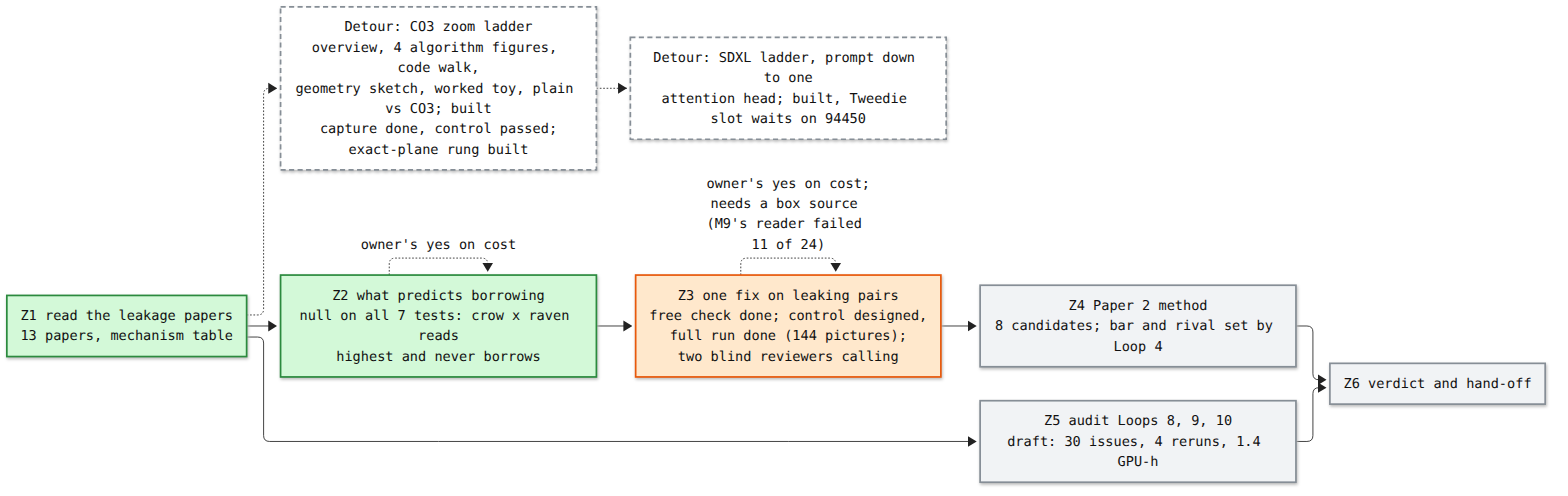
This is artifacts/notes/progress/leakage/loop-12-progress.png from mo-rsa24/concept-composition, a Mermaid export, as it was before one commit. Its source is kept beside it as artifacts/notes/progress/leakage/loop-12-progress.mmd.
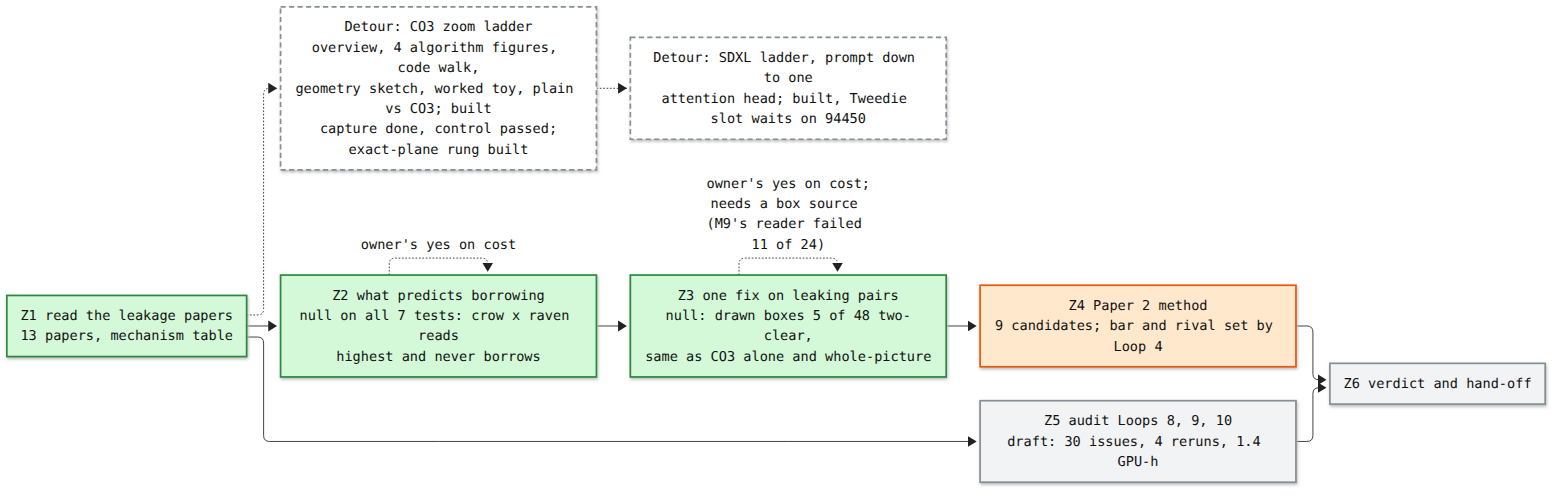
After the change.

Commit message:
Loop 12 map: Z3 done (null), Z4 started

Change to the diagram source:
```diff
@@ -2,8 +2,8 @@
 flowchart LR
   Z1["Z1 read the leakage papers<br/>13 papers, mechanism table"]:::done
   Z2["Z2 what predicts borrowing<br/>null on all 7 tests: crow x raven reads<br/>highest and never borrows"]:::done
-  Z3["Z3 one fix on leaking pairs<br/>free check done; control designed,<br/>full run done (144 pictures);<br/>two blind reviewers calling"]:::doing
-  Z4["Z4 Paper 2 method<br/>8 candidates; bar and rival set by Loop 4"]:::todo
+  Z3["Z3 one fix on leaking pairs<br/>null: drawn boxes 5 of 48 two-clear,<br/>same as CO3 alone and whole-picture"]:::done
+  Z4["Z4 Paper 2 method<br/>9 candidates; bar and rival set by Loop 4"]:::doing
   Z5["Z5 audit Loops 8, 9, 10<br/>draft: 30 issues, 4 reruns, 1.4 GPU-h"]:::todo
   Z6["Z6 verdict and hand-off"]:::todo
   LAD["Detour: CO3 zoom ladder<br/>overview, 4 algorithm figures, code walk,<br/>geometry sketch, worked toy, plain vs CO3; built<br/>capture done, control passed;<br/>exact-plane rung built"]:::detour
```
